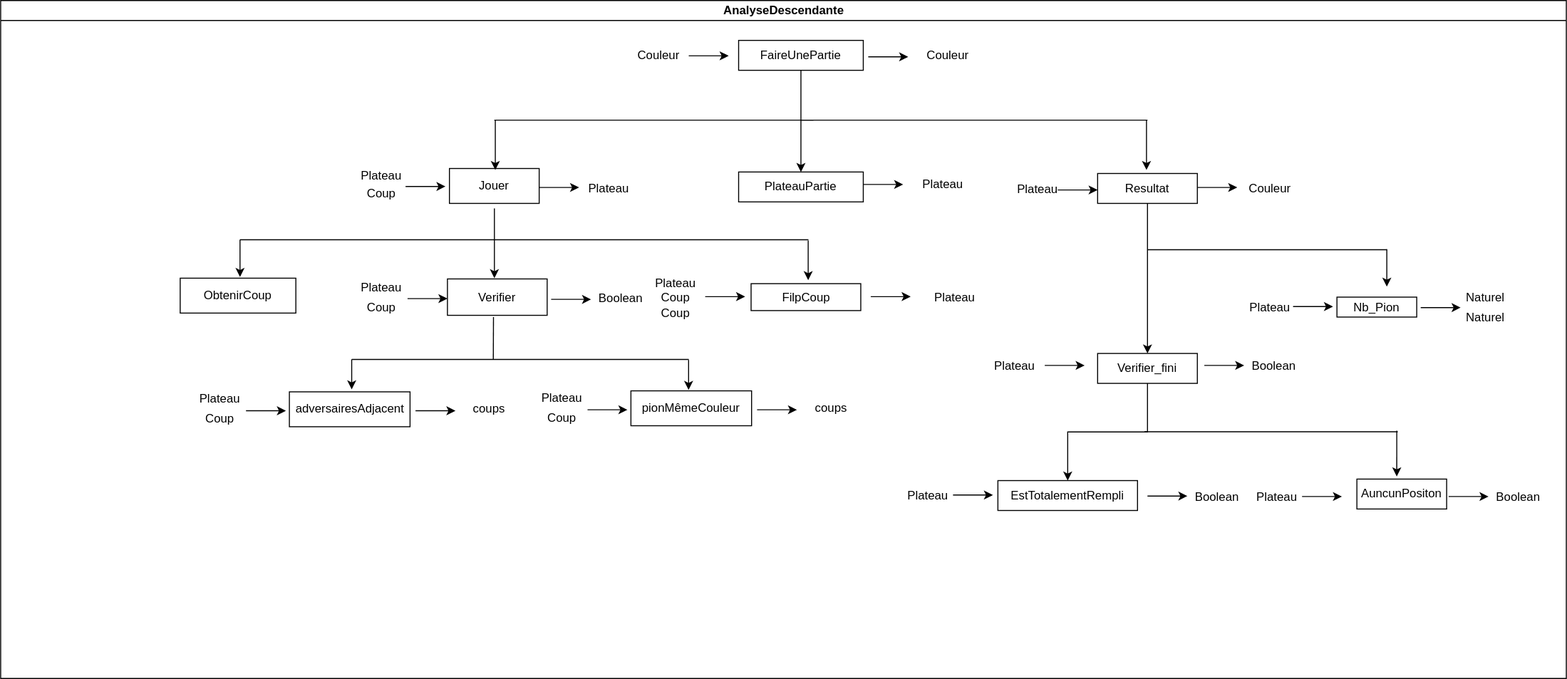
The draw.io diagram rapport/analyse/FaireUnePartie.drawio.svg in Sachawski/othelloiti3, before a commit. Source tidied: cells renumbered, new cells last; positions are measured from the earlier drawing's top-left corner, leaving out a move shared by most shapes.
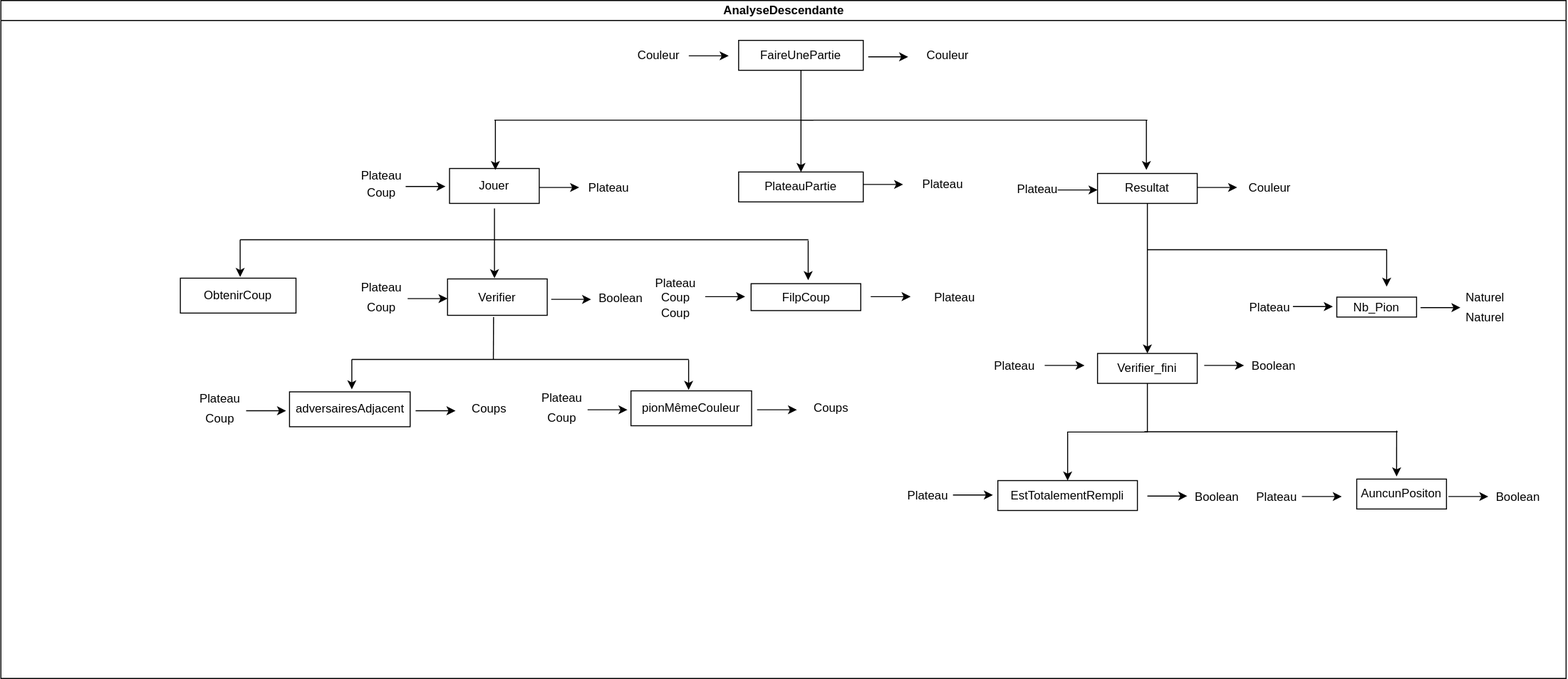
Above is the later version.

What changed in the source:
```diff
@@ -253,7 +253,7 @@
     <mxCell id="60" value="Coup" style="text;html=1;strokeColor=none;fillColor=none;align=center;verticalAlign=middle;whiteSpace=wrap;rounded=0;" parent="2" vertex="1">
       <mxGeometry x="190" y="405" width="60" height="30" as="geometry" />
     </mxCell>
-    <mxCell id="61" value="coups" style="text;html=1;strokeColor=none;fillColor=none;align=center;verticalAlign=middle;whiteSpace=wrap;rounded=0;" parent="2" vertex="1">
+    <mxCell id="61" value="Coups" style="text;html=1;strokeColor=none;fillColor=none;align=center;verticalAlign=middle;whiteSpace=wrap;rounded=0;" parent="2" vertex="1">
       <mxGeometry x="460" y="395" width="60" height="30" as="geometry" />
     </mxCell>
     <mxCell id="62" style="endArrow=classic;html=1;rounded=0;" parent="2" edge="1">
@@ -355,7 +355,7 @@
     <mxCell id="81" value="Coup" style="text;html=1;strokeColor=none;fillColor=none;align=center;verticalAlign=middle;whiteSpace=wrap;rounded=0;" parent="2" vertex="1">
       <mxGeometry x="532.5" y="404" width="60" height="30" as="geometry" />
     </mxCell>
-    <mxCell id="82" value="coups" style="text;html=1;strokeColor=none;fillColor=none;align=center;verticalAlign=middle;whiteSpace=wrap;rounded=0;" parent="2" vertex="1">
+    <mxCell id="82" value="Coups" style="text;html=1;strokeColor=none;fillColor=none;align=center;verticalAlign=middle;whiteSpace=wrap;rounded=0;" parent="2" vertex="1">
       <mxGeometry x="802.5" y="394" width="60" height="30" as="geometry" />
     </mxCell>
     <mxCell id="83" style="endArrow=classic;html=1;rounded=0;" parent="2" edge="1">
```
